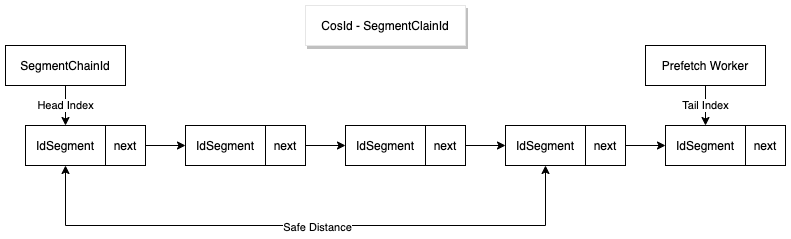
Before: docs/SegmentClainId.png, a diagram exported from draw.io (Ahoo-Wang/CosId). Source tidied: cells renumbered, new cells last; positions are measured from the earlier drawing's top-left corner, leaving out a move shared by most shapes. The source it was exported from:
```xml
<mxGraphModel>
  <root>
    <mxCell id="0" />
    <mxCell id="1" parent="0" />
    <mxCell id="2" style="group;" parent="1" vertex="1">
      <mxGeometry x="20" y="120" width="120" height="40" as="geometry" />
    </mxCell>
    <mxCell id="3" value="IdSegment" style="rounded=0;whiteSpace=wrap;html=1;" parent="2" vertex="1">
      <mxGeometry width="80" height="40" as="geometry" />
    </mxCell>
    <mxCell id="4" value="next" style="rounded=0;whiteSpace=wrap;html=1;" parent="2" vertex="1">
      <mxGeometry x="80" width="40" height="40" as="geometry" />
    </mxCell>
    <mxCell id="5" style="group;" parent="1" vertex="1">
      <mxGeometry x="180" y="120" width="120" height="40" as="geometry" />
    </mxCell>
    <mxCell id="6" value="IdSegment" style="rounded=0;whiteSpace=wrap;html=1;" parent="5" vertex="1">
      <mxGeometry width="80" height="40" as="geometry" />
    </mxCell>
    <mxCell id="7" value="next" style="rounded=0;whiteSpace=wrap;html=1;" parent="5" vertex="1">
      <mxGeometry x="80" width="40" height="40" as="geometry" />
    </mxCell>
    <mxCell id="8" style="group;" parent="1" vertex="1">
      <mxGeometry x="340" y="120" width="120" height="40" as="geometry" />
    </mxCell>
    <mxCell id="9" value="IdSegment" style="rounded=0;whiteSpace=wrap;html=1;" parent="8" vertex="1">
      <mxGeometry width="80" height="40" as="geometry" />
    </mxCell>
    <mxCell id="10" value="next" style="rounded=0;whiteSpace=wrap;html=1;" parent="8" vertex="1">
      <mxGeometry x="80" width="40" height="40" as="geometry" />
    </mxCell>
    <mxCell id="11" style="group;" parent="1" vertex="1">
      <mxGeometry x="500" y="120" width="120" height="40" as="geometry" />
    </mxCell>
    <mxCell id="12" value="IdSegment" style="rounded=0;whiteSpace=wrap;html=1;" parent="11" vertex="1">
      <mxGeometry width="80" height="40" as="geometry" />
    </mxCell>
    <mxCell id="13" value="next" style="rounded=0;whiteSpace=wrap;html=1;" parent="11" vertex="1">
      <mxGeometry x="80" width="40" height="40" as="geometry" />
    </mxCell>
    <mxCell id="14" style="edgeStyle=orthogonalEdgeStyle;rounded=0;jettySize=auto;html=1;entryX=0;entryY=0.5;entryDx=0;entryDy=0;" parent="1" edge="1" source="4" target="6">
      <mxGeometry relative="1" as="geometry" />
    </mxCell>
    <mxCell id="15" style="edgeStyle=orthogonalEdgeStyle;rounded=0;jettySize=auto;html=1;" parent="1" edge="1" source="7" target="9">
      <mxGeometry relative="1" as="geometry" />
    </mxCell>
    <mxCell id="16" style="edgeStyle=orthogonalEdgeStyle;rounded=0;jettySize=auto;html=1;entryX=0;entryY=0.5;entryDx=0;entryDy=0;" parent="1" edge="1" source="10" target="12">
      <mxGeometry relative="1" as="geometry" />
    </mxCell>
    <mxCell id="17" style="group;" parent="1" vertex="1">
      <mxGeometry x="660" y="120" width="120" height="40" as="geometry" />
    </mxCell>
    <mxCell id="18" value="IdSegment" style="rounded=0;whiteSpace=wrap;html=1;" parent="17" vertex="1">
      <mxGeometry width="80" height="40" as="geometry" />
    </mxCell>
    <mxCell id="19" value="next" style="rounded=0;whiteSpace=wrap;html=1;" parent="17" vertex="1">
      <mxGeometry x="80" width="40" height="40" as="geometry" />
    </mxCell>
    <mxCell id="20" style="edgeStyle=orthogonalEdgeStyle;rounded=0;jettySize=auto;html=1;exitX=1;exitY=0.5;exitDx=0;exitDy=0;entryX=0;entryY=0.5;entryDx=0;entryDy=0;" parent="1" edge="1" source="13" target="18">
      <mxGeometry relative="1" as="geometry" />
    </mxCell>
    <mxCell id="21" style="group;" parent="1" vertex="1">
      <mxGeometry x="60" y="160" width="480" height="60" as="geometry" />
    </mxCell>
    <mxCell id="22" style="endArrow=classic;html=1;entryX=0.5;entryY=1;entryDx=0;entryDy=0;" parent="21" edge="1" target="3">
      <mxGeometry relative="1" as="geometry">
        <mxPoint y="60" as="sourcePoint" />
      </mxGeometry>
    </mxCell>
    <mxCell id="23" style="endArrow=classic;html=1;entryX=0.5;entryY=1;entryDx=0;entryDy=0;" parent="21" edge="1">
      <mxGeometry relative="1" as="geometry">
        <mxPoint x="480" y="60" as="sourcePoint" />
        <mxPoint x="480" as="targetPoint" />
      </mxGeometry>
    </mxCell>
    <mxCell id="24" style="endArrow=none;html=1;" parent="21" edge="1">
      <mxGeometry relative="1" as="geometry">
        <mxPoint y="60" as="sourcePoint" />
        <mxPoint x="480" y="60" as="targetPoint" />
      </mxGeometry>
    </mxCell>
    <mxCell id="25" value="Safe Distance" style="edgeLabel;html=1;align=center;verticalAlign=middle;" parent="24" vertex="1">
      <mxGeometry x="0.04" y="-1" relative="1" as="geometry" />
    </mxCell>
    <mxCell id="26" value="CosId - SegmentClainId" style="rounded=0;whiteSpace=wrap;html=1;shadow=1;strokeColor=#E6E6E6;" parent="1" vertex="1">
      <mxGeometry x="300" width="160" height="40" as="geometry" />
    </mxCell>
    <mxCell id="27" style="endArrow=classic;html=1;exitX=0.5;exitY=1;exitDx=0;exitDy=0;" parent="1" edge="1" source="30">
      <mxGeometry relative="1" as="geometry">
        <mxPoint x="700" y="120" as="targetPoint" />
      </mxGeometry>
    </mxCell>
    <mxCell id="28" value="Tail Index" style="edgeLabel;html=1;align=center;verticalAlign=middle;" parent="27" vertex="1">
      <mxGeometry x="-0.03" y="-1" relative="1" as="geometry" />
    </mxCell>
    <mxCell id="29" value="Head Index" style="endArrow=classic;html=1;entryX=0.5;entryY=0;entryDx=0;entryDy=0;exitX=0.5;exitY=1;exitDx=0;exitDy=0;" parent="1" edge="1" source="31" target="3">
      <mxGeometry relative="1" as="geometry" />
    </mxCell>
    <mxCell id="30" value="Prefetch Worker" style="rounded=0;whiteSpace=wrap;html=1;" parent="1" vertex="1">
      <mxGeometry x="640" y="40" width="120" height="40" as="geometry" />
    </mxCell>
    <mxCell id="31" value="SegmentChainId" style="rounded=0;whiteSpace=wrap;html=1;" parent="1" vertex="1">
      <mxGeometry y="40" width="120" height="40" as="geometry" />
    </mxCell>
  </root>
</mxGraphModel>
```
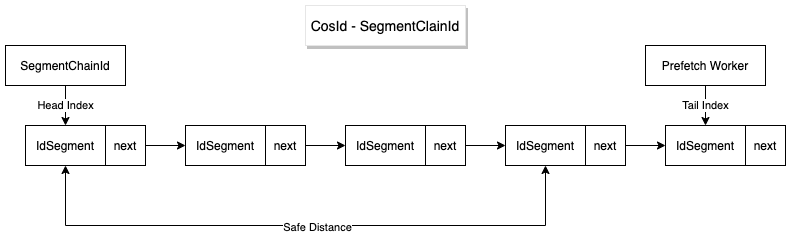
Later version of the same file.

Commit message:
Update the SegmentChainId design diagram

Diff of the diagram source:
```diff
@@ -82,7 +82,7 @@
     <mxCell id="25" value="Safe Distance" style="edgeLabel;html=1;align=center;verticalAlign=middle;" parent="24" vertex="1">
       <mxGeometry x="0.04" y="-1" relative="1" as="geometry" />
     </mxCell>
-    <mxCell id="26" value="CosId - SegmentClainId" style="rounded=0;whiteSpace=wrap;html=1;shadow=1;strokeColor=#E6E6E6;" parent="1" vertex="1">
+    <mxCell id="26" value="&lt;font style=&quot;font-size: 14px&quot;&gt;CosId - SegmentClainId&lt;/font&gt;" style="rounded=0;whiteSpace=wrap;html=1;shadow=1;strokeColor=#E6E6E6;" parent="1" vertex="1">
       <mxGeometry x="300" width="160" height="40" as="geometry" />
     </mxCell>
     <mxCell id="27" style="endArrow=classic;html=1;exitX=0.5;exitY=1;exitDx=0;exitDy=0;" parent="1" edge="1" source="30">
```
